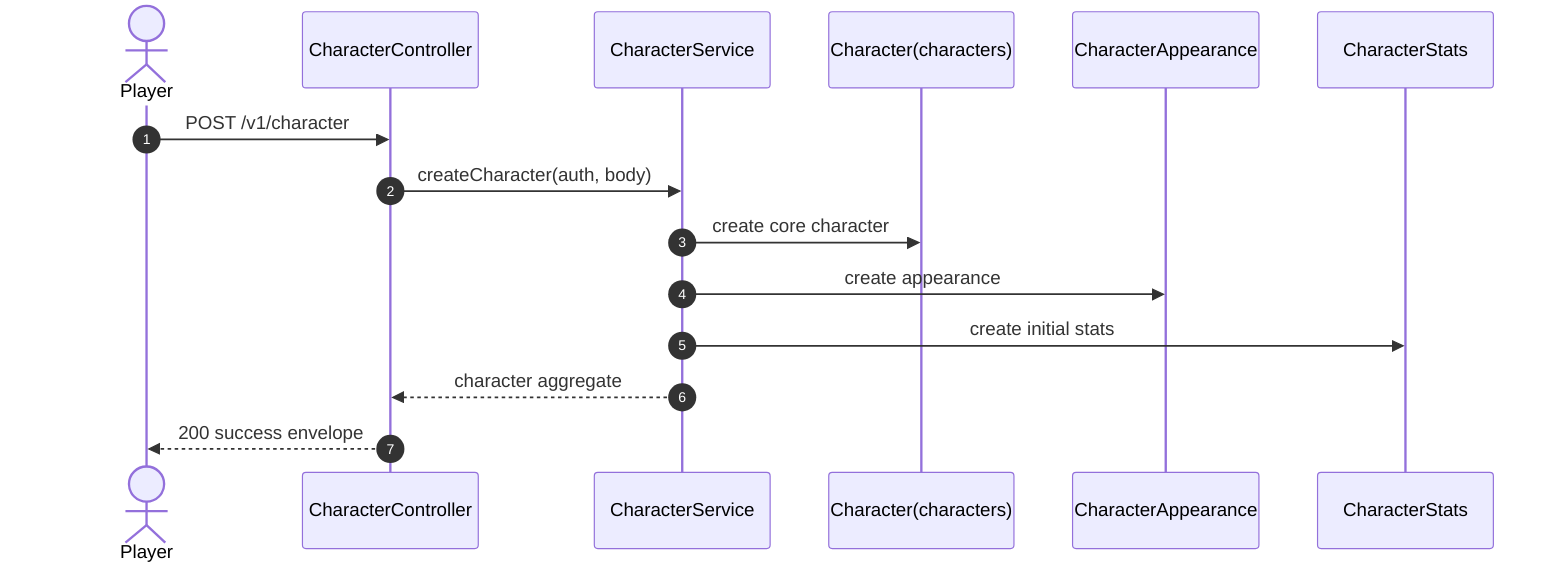
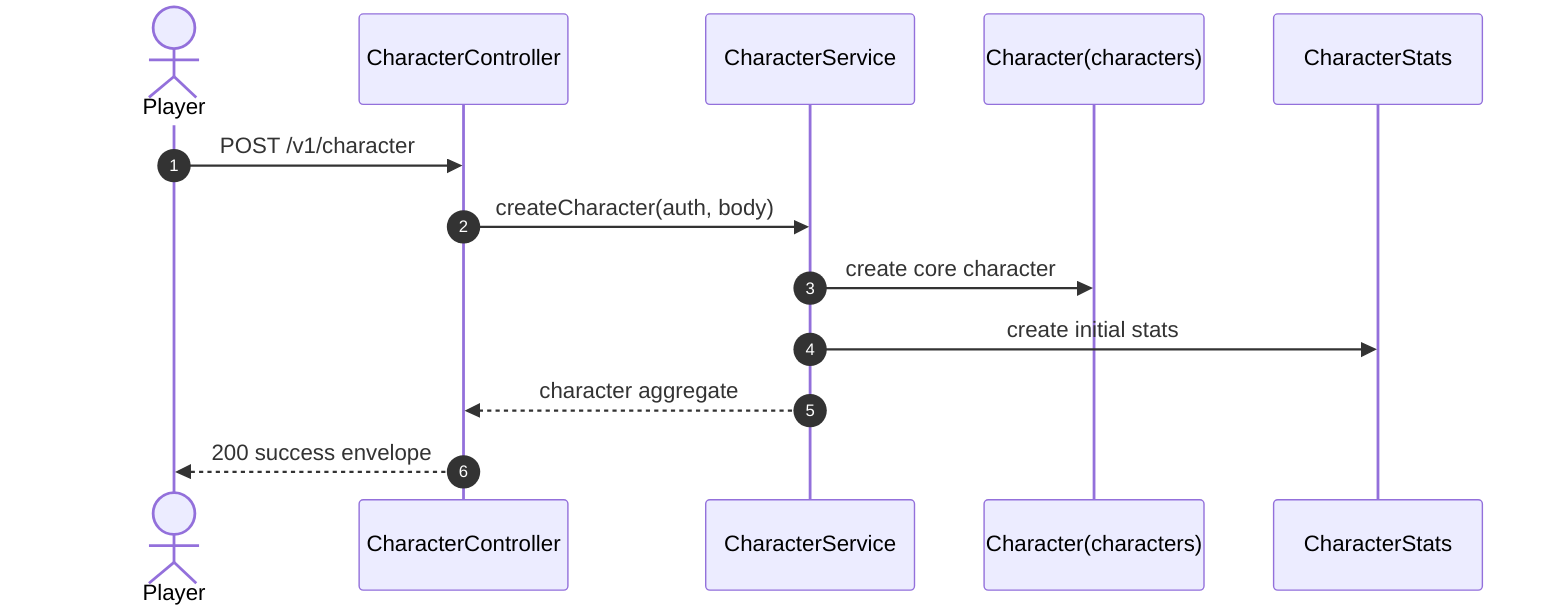
sequenceDiagram
  autonumber
  actor Player
  participant API as CharacterController
  participant Char as CharacterService
  participant CRepo as Character(characters)
-   participant ARepo as CharacterAppearance
  participant SRepo as CharacterStats

  Player->>API: POST /v1/character
  API->>Char: createCharacter(auth, body)
  Char->>CRepo: create core character
-   Char->>ARepo: create appearance
  Char->>SRepo: create initial stats
  Char-->>API: character aggregate
  API-->>Player: 200 success envelope
